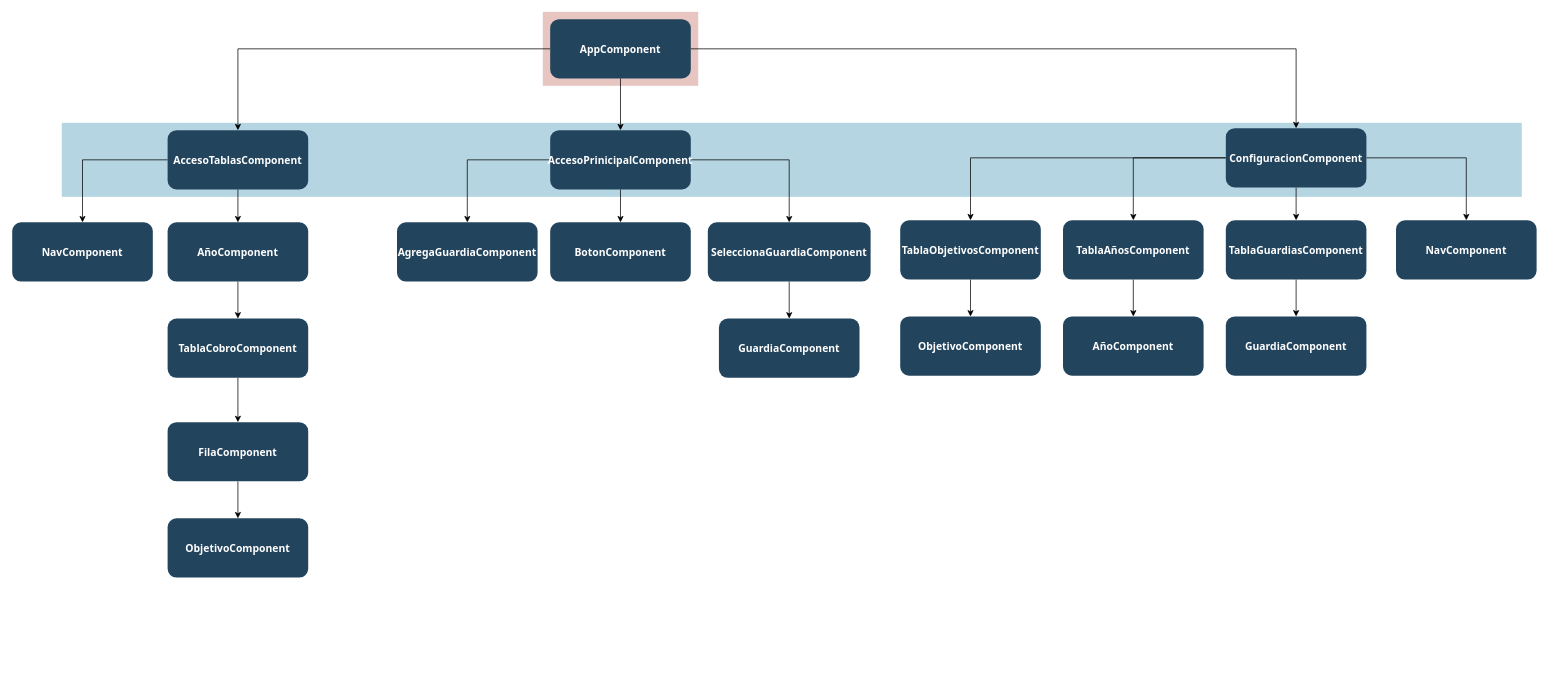
This is Diagrama de componentes Angular.drawio from diegorus92/CalculadoraSueldoGuardias, a draw.io file, before an edit. Source tidied: cells renumbered, new cells numbered last; positions are measured from the earlier drawing's top-left corner, leaving out a move shared by most shapes. Both pictures are drawn from the tidied source at 74%, with x=0, y=0 at pixel (12, 12).
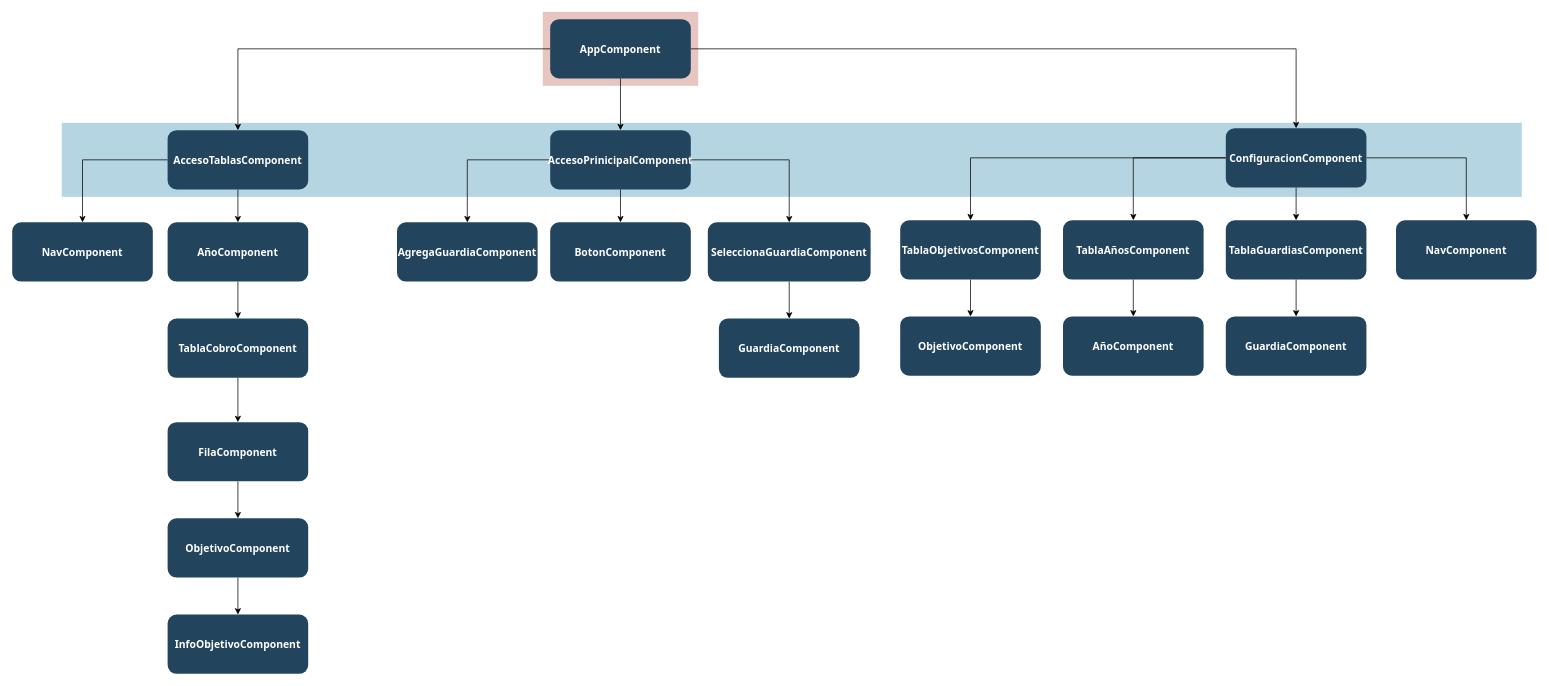
The same diagram, later.

Unchanged cells that the change refers to:
```xml
<mxCell id="40" value="ObjetivoComponent" style="rounded=1;fillColor=#23445D;gradientColor=none;strokeColor=none;fontColor=#FFFFFF;fontStyle=1;fontFamily=Tahoma;fontSize=14;" parent="1" vertex="1">
  <mxGeometry x="210" y="684" width="190" height="80" as="geometry" />
</mxCell>
```

The edit, as a diff of the source:
```diff
@@
+    <mxCell id="43" style="edgeStyle=orthogonalEdgeStyle;rounded=0;jettySize=auto;html=1;exitX=0.5;exitY=1;exitDx=0;exitDy=0;" parent="1" edge="1" source="40" target="44">
+      <mxGeometry relative="1" as="geometry" />
+    </mxCell>
@@
+    <mxCell id="44" value="InfoObjetivoComponent" style="rounded=1;fillColor=#23445D;gradientColor=none;strokeColor=none;fontColor=#FFFFFF;fontStyle=1;fontFamily=Tahoma;fontSize=14;" parent="1" vertex="1">
+      <mxGeometry x="210" y="814" width="190" height="80" as="geometry" />
+    </mxCell>
```
